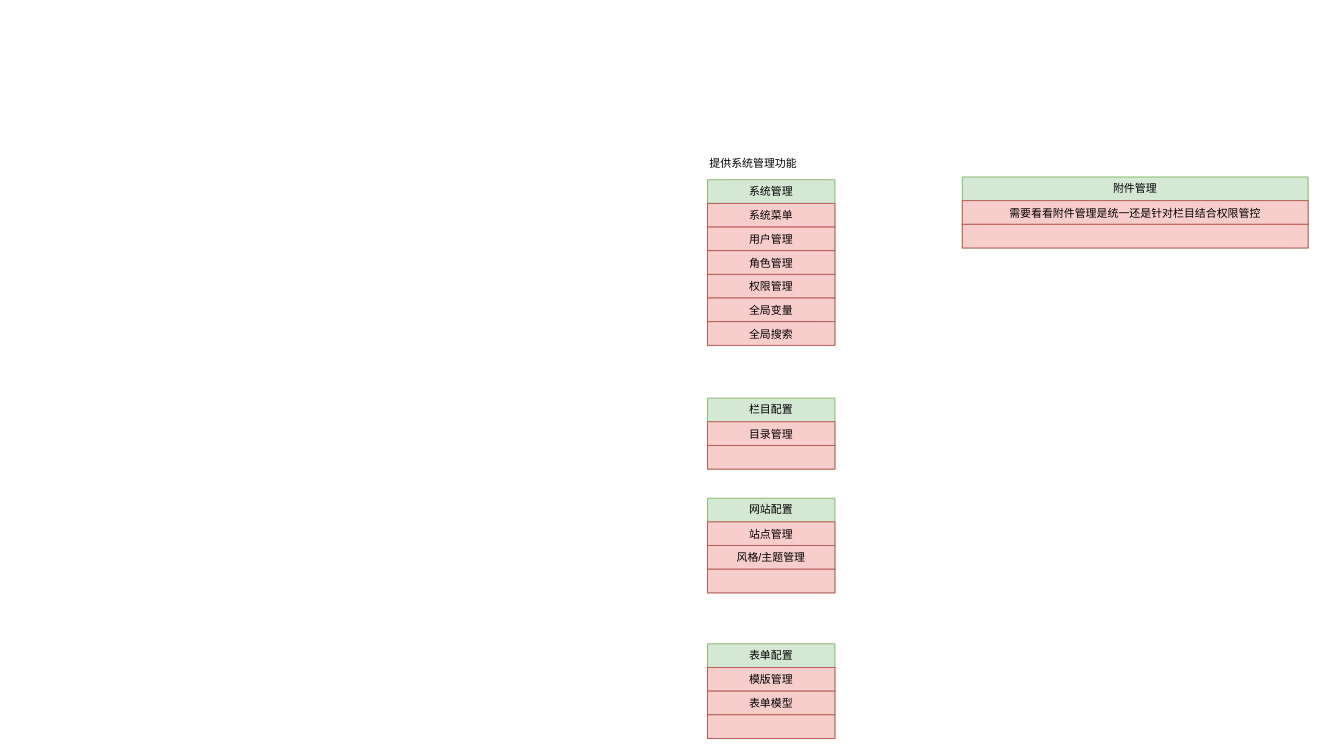
This is page "CMS技术架构" (3 of 3) of design-uml/thought work.drawio from alvin-zj/MyUml, a draw.io file, before an edit. Source tidied: cells renumbered, new cells numbered last; positions are measured from the earlier drawing's top-left corner, leaving out a move shared by most shapes. Both pictures are drawn from the tidied source at 91%, with x=0, y=0 at pixel (698, 149).
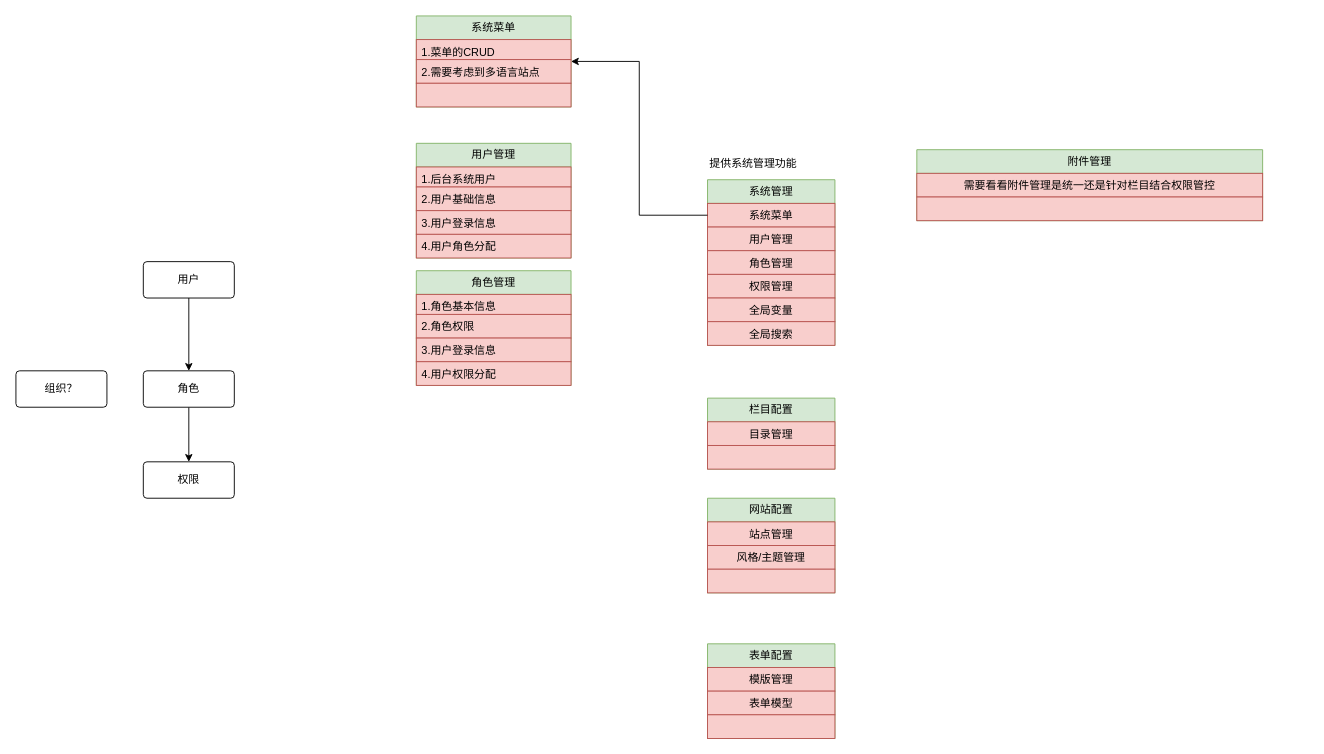
Above is the later version.

Unchanged cells that the change refers to:
```xml
<mxCell id="3" value="系统菜单" style="text;strokeColor=#b85450;fillColor=#f8cecc;align=center;verticalAlign=top;spacingLeft=4;spacingRight=4;overflow=hidden;points=[[0,0.5],[1,0.5]];portConstraint=eastwest;whiteSpace=wrap;html=1;" parent="2" vertex="1">
  <mxGeometry y="26" width="140" height="26" as="geometry" />
</mxCell>
```

Change to the diagram source:
```diff
@@
     <mxCell id="20" value="附件管理" style="swimlane;fontStyle=0;horizontal=1;startSize=26;fillColor=#d5e8d4;whiteSpace=wrap;html=1;strokeColor=#82b366;" parent="1" vertex="1">
-      <mxGeometry x="290" y="30" width="380" height="78" as="geometry" />
+      <mxGeometry x="240" width="380" height="78" as="geometry" />
     </mxCell>
@@
+    <mxCell id="24" value="系统菜单" style="swimlane;fontStyle=0;horizontal=1;startSize=26;fillColor=#d5e8d4;whiteSpace=wrap;html=1;strokeColor=#82b366;" parent="1" vertex="1">
+      <mxGeometry x="-310" y="-147" width="170" height="100" as="geometry" />
+    </mxCell>
+    <mxCell id="25" value="1.菜单的CRUD" style="text;strokeColor=#b85450;fillColor=#f8cecc;align=left;verticalAlign=top;spacingLeft=4;spacingRight=4;overflow=hidden;whiteSpace=wrap;html=1;" parent="24" vertex="1">
+      <mxGeometry y="26" width="170" height="22" as="geometry" />
+    </mxCell>
+    <mxCell id="26" value="2.需要考虑到多语言站点" style="text;strokeColor=#b85450;fillColor=#f8cecc;align=left;verticalAlign=top;spacingLeft=4;spacingRight=4;overflow=hidden;whiteSpace=wrap;html=1;" parent="24" vertex="1">
+      <mxGeometry y="48" width="170" height="26" as="geometry" />
+    </mxCell>
+    <mxCell id="27" style="text;strokeColor=#b85450;fillColor=#f8cecc;align=left;verticalAlign=top;spacingLeft=4;spacingRight=4;overflow=hidden;whiteSpace=wrap;html=1;" parent="24" vertex="1">
+      <mxGeometry y="74" width="170" height="26" as="geometry" />
+    </mxCell>
+    <mxCell id="28" value="用户管理" style="swimlane;fontStyle=0;horizontal=1;startSize=26;fillColor=#d5e8d4;whiteSpace=wrap;html=1;strokeColor=#82b366;" parent="1" vertex="1">
+      <mxGeometry x="-310" y="-7" width="170" height="126" as="geometry" />
+    </mxCell>
+    <mxCell id="29" value="1.后台系统用户" style="text;strokeColor=#b85450;fillColor=#f8cecc;align=left;verticalAlign=top;spacingLeft=4;spacingRight=4;overflow=hidden;whiteSpace=wrap;html=1;" parent="28" vertex="1">
+      <mxGeometry y="26" width="170" height="22" as="geometry" />
+    </mxCell>
+    <mxCell id="30" value="2.用户基础信息" style="text;strokeColor=#b85450;fillColor=#f8cecc;align=left;verticalAlign=top;spacingLeft=4;spacingRight=4;overflow=hidden;whiteSpace=wrap;html=1;" parent="28" vertex="1">
+      <mxGeometry y="48" width="170" height="26" as="geometry" />
+    </mxCell>
+    <mxCell id="31" value="3.用户登录信息" style="text;strokeColor=#b85450;fillColor=#f8cecc;align=left;verticalAlign=top;spacingLeft=4;spacingRight=4;overflow=hidden;whiteSpace=wrap;html=1;" parent="28" vertex="1">
+      <mxGeometry y="74" width="170" height="26" as="geometry" />
+    </mxCell>
+    <mxCell id="32" value="4.用户角色分配" style="text;strokeColor=#b85450;fillColor=#f8cecc;align=left;verticalAlign=top;spacingLeft=4;spacingRight=4;overflow=hidden;whiteSpace=wrap;html=1;" parent="28" vertex="1">
+      <mxGeometry y="100" width="170" height="26" as="geometry" />
+    </mxCell>
+    <mxCell id="33" style="edgeStyle=orthogonalEdgeStyle;rounded=0;jettySize=auto;html=1;entryX=1;entryY=0.5;entryDx=0;entryDy=0;" parent="1" edge="1" source="3" target="24">
+      <mxGeometry relative="1" as="geometry" />
+    </mxCell>
+    <mxCell id="34" value="角色管理" style="swimlane;fontStyle=0;horizontal=1;startSize=26;fillColor=#d5e8d4;whiteSpace=wrap;html=1;strokeColor=#82b366;" parent="1" vertex="1">
+      <mxGeometry x="-310" y="133" width="170" height="126" as="geometry" />
+    </mxCell>
+    <mxCell id="35" value="1.角色基本信息" style="text;strokeColor=#b85450;fillColor=#f8cecc;align=left;verticalAlign=top;spacingLeft=4;spacingRight=4;overflow=hidden;whiteSpace=wrap;html=1;" parent="34" vertex="1">
+      <mxGeometry y="26" width="170" height="22" as="geometry" />
+    </mxCell>
+    <mxCell id="36" value="2.角色权限" style="text;strokeColor=#b85450;fillColor=#f8cecc;align=left;verticalAlign=top;spacingLeft=4;spacingRight=4;overflow=hidden;whiteSpace=wrap;html=1;" parent="34" vertex="1">
+      <mxGeometry y="48" width="170" height="26" as="geometry" />
+    </mxCell>
+    <mxCell id="37" value="3.用户登录信息" style="text;strokeColor=#b85450;fillColor=#f8cecc;align=left;verticalAlign=top;spacingLeft=4;spacingRight=4;overflow=hidden;whiteSpace=wrap;html=1;" parent="34" vertex="1">
+      <mxGeometry y="74" width="170" height="26" as="geometry" />
+    </mxCell>
+    <mxCell id="38" value="4.用户权限分配" style="text;strokeColor=#b85450;fillColor=#f8cecc;align=left;verticalAlign=top;spacingLeft=4;spacingRight=4;overflow=hidden;whiteSpace=wrap;html=1;" parent="34" vertex="1">
+      <mxGeometry y="100" width="170" height="26" as="geometry" />
+    </mxCell>
+    <mxCell id="39" style="edgeStyle=orthogonalEdgeStyle;rounded=0;jettySize=auto;html=1;" parent="1" edge="1" source="40" target="42">
+      <mxGeometry relative="1" as="geometry" />
+    </mxCell>
+    <mxCell id="40" value="用户" style="rounded=1;arcSize=10;whiteSpace=wrap;html=1;align=center;" parent="1" vertex="1">
+      <mxGeometry x="-610" y="123" width="100" height="40" as="geometry" />
+    </mxCell>
+    <mxCell id="41" style="edgeStyle=orthogonalEdgeStyle;rounded=0;jettySize=auto;html=1;" parent="1" edge="1" source="42" target="43">
+      <mxGeometry relative="1" as="geometry" />
+    </mxCell>
+    <mxCell id="42" value="角色" style="rounded=1;arcSize=10;whiteSpace=wrap;html=1;align=center;" parent="1" vertex="1">
+      <mxGeometry x="-610" y="243" width="100" height="40" as="geometry" />
+    </mxCell>
+    <mxCell id="43" value="权限" style="rounded=1;arcSize=10;whiteSpace=wrap;html=1;align=center;" parent="1" vertex="1">
+      <mxGeometry x="-610" y="343" width="100" height="40" as="geometry" />
+    </mxCell>
+    <mxCell id="44" value="组织？" style="rounded=1;arcSize=10;whiteSpace=wrap;html=1;align=center;" parent="1" vertex="1">
+      <mxGeometry x="-750" y="243" width="100" height="40" as="geometry" />
+    </mxCell>
```
